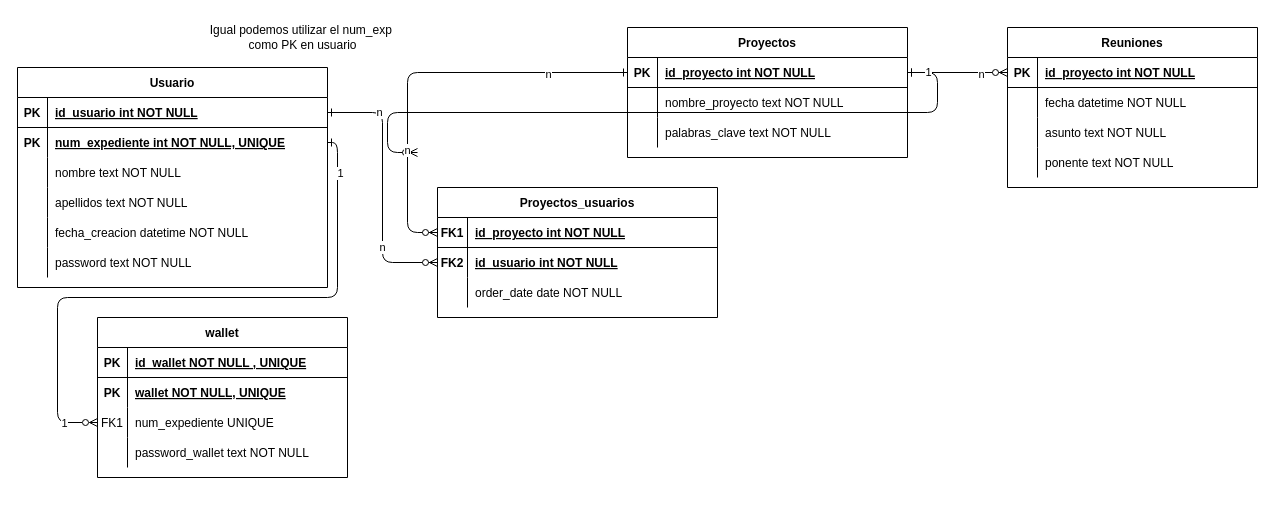
Above: sql/BBDD_webproyectfinal.drawio in AlvaroFarreny/WebFinalProject (draw.io), before the change. Source tidied: cells renumbered, new cells numbered last; positions are measured from the earlier drawing's top-left corner, leaving out a move shared by most shapes. Both pictures are drawn from the tidied source at 100%, with x=0, y=0 at pixel (17, 17).
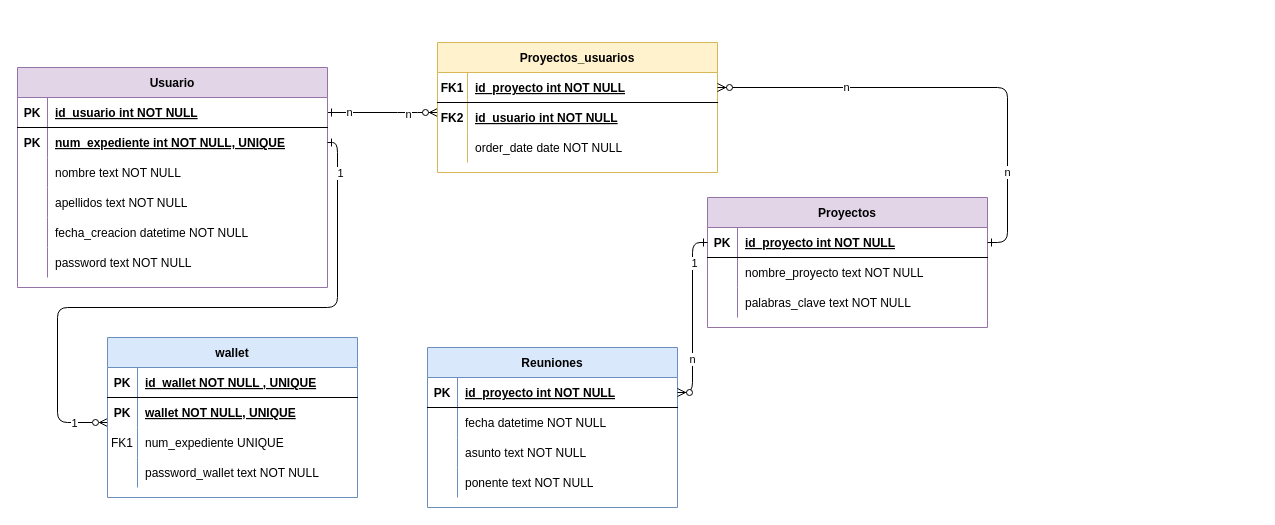
The same diagram, later.

Commit message (it also covers changes not shown here):
diagrama bbdd nuevos

The change refers to these unchanged cells:
```xml
<mxCell id="7" style="shape=partialRectangle;fillColor=none;points=[[0,0.5],[1,0.5]];portConstraint=eastwest;top=0;left=0;right=0;bottom=1;" parent="6" vertex="1">
  <mxGeometry y="30" width="280" height="30" as="geometry" />
</mxCell>
<mxCell id="10" style="shape=partialRectangle;fillColor=none;points=[[0,0.5],[1,0.5]];portConstraint=eastwest;top=0;left=0;right=0;bottom=0;" parent="6" vertex="1">
  <mxGeometry y="60" width="280" height="30" as="geometry" />
</mxCell>
<mxCell id="30" style="shape=partialRectangle;fillColor=none;points=[[0,0.5],[1,0.5]];portConstraint=eastwest;top=0;left=0;right=0;bottom=1;" parent="29" vertex="1">
  <mxGeometry y="30" width="310" height="30" as="geometry" />
</mxCell>
<mxCell id="33" style="shape=partialRectangle;fillColor=none;points=[[0,0.5],[1,0.5]];portConstraint=eastwest;top=0;left=0;right=0;bottom=0;" parent="29" vertex="1">
  <mxGeometry y="60" width="310" height="30" as="geometry" />
</mxCell>
<mxCell id="55" style="shape=partialRectangle;fillColor=none;points=[[0,0.5],[1,0.5]];portConstraint=eastwest;top=0;left=0;right=0;bottom=0;" parent="51" vertex="1">
  <mxGeometry y="60" width="250" height="30" as="geometry" />
</mxCell>
<mxCell id="58" style="shape=partialRectangle;fillColor=none;points=[[0,0.5],[1,0.5]];portConstraint=eastwest;top=0;left=0;right=0;bottom=0;" parent="51" vertex="1">
  <mxGeometry y="90" width="250" height="30" as="geometry" />
</mxCell>
<mxCell id="66" style="shape=partialRectangle;fillColor=none;points=[[0,0.5],[1,0.5]];portConstraint=eastwest;top=0;left=0;right=0;bottom=1;" parent="65" vertex="1">
  <mxGeometry y="30" width="280" height="30" as="geometry" />
</mxCell>
```

What changed in the source:
```diff
@@
     <mxCell id="2" style="edgeStyle=orthogonalEdgeStyle;endArrow=ERzeroToMany;startArrow=ERone;endFill=1;startFill=0;" parent="1" edge="1" source="30" target="10">
-      <mxGeometry relative="1" as="geometry" />
+      <mxGeometry relative="1" as="geometry">
+        <Array as="points">
+          <mxPoint x="390" y="95" />
+          <mxPoint x="390" y="95" />
+        </Array>
+      </mxGeometry>
     </mxCell>
@@
-    <mxCell id="5" style="edgeStyle=entityRelationEdgeStyle;endArrow=ERzeroToMany;startArrow=ERone;endFill=1;startFill=0;" parent="1" edge="1" source="66">
-      <mxGeometry relative="1" as="geometry">
-        <mxPoint x="400" y="135" as="targetPoint" />
-      </mxGeometry>
-    </mxCell>
-    <mxCell id="6" value="Proyectos_usuarios" style="shape=table;startSize=30;childLayout=tableLayout;rowLines=0;fontStyle=1;align=center;" parent="1" vertex="1">
-      <mxGeometry x="420" y="170" width="280" height="130" as="geometry" />
+    <mxCell id="6" value="Proyectos_usuarios" style="shape=table;startSize=30;childLayout=tableLayout;rowLines=0;fontStyle=1;align=center;fillColor=#fff2cc;strokeColor=#d6b656;" parent="1" vertex="1">
+      <mxGeometry x="420" y="25" width="280" height="130" as="geometry" />
     </mxCell>
@@
-    <mxCell id="16" value="Reuniones" style="shape=table;startSize=30;childLayout=tableLayout;rowLines=0;fontStyle=1;align=center;" parent="1" vertex="1">
-      <mxGeometry x="990" y="10" width="250" height="160" as="geometry" />
+    <mxCell id="16" value="Reuniones" style="shape=table;startSize=30;childLayout=tableLayout;rowLines=0;fontStyle=1;align=center;fillColor=#dae8fc;strokeColor=#6c8ebf;" parent="1" vertex="1">
+      <mxGeometry x="410" y="330" width="250" height="160" as="geometry" />
     </mxCell>
@@
-    <mxCell id="29" value="Usuario" style="shape=table;startSize=30;childLayout=tableLayout;rowLines=0;fontStyle=1;align=center;" parent="1" vertex="1">
+    <mxCell id="29" value="Usuario" style="shape=table;startSize=30;childLayout=tableLayout;rowLines=0;fontStyle=1;align=center;fillColor=#e1d5e7;strokeColor=#9673a6;" parent="1" vertex="1">
       <mxGeometry y="50" width="310" height="220" as="geometry" />
     </mxCell>
@@
-    <mxCell id="48" style="endArrow=ERzeroToMany;startArrow=ERone;endFill=0;startFill=0;verticalAlign=middle;edgeStyle=orthogonalEdgeStyle;" parent="1" edge="1" source="33" target="58">
+    <mxCell id="48" style="endArrow=ERzeroToMany;startArrow=ERone;endFill=0;startFill=0;verticalAlign=middle;edgeStyle=orthogonalEdgeStyle;" parent="1" edge="1" source="33" target="55">
       <mxGeometry relative="1" as="geometry">
         <Array as="points">
           <mxPoint x="320" y="125" />
-          <mxPoint x="320" y="280" />
-          <mxPoint x="40" y="280" />
+          <mxPoint x="320" y="290" />
+          <mxPoint x="40" y="290" />
           <mxPoint x="40" y="405" />
         </Array>
       </mxGeometry>
     </mxCell>
@@
-    <mxCell id="51" value="wallet" style="shape=table;startSize=30;childLayout=tableLayout;rowLines=0;fontStyle=1;align=center;" parent="1" vertex="1">
-      <mxGeometry x="80" y="300" width="250" height="160" as="geometry" />
+    <mxCell id="51" value="wallet" style="shape=table;startSize=30;childLayout=tableLayout;rowLines=0;fontStyle=1;align=center;fillColor=#dae8fc;strokeColor=#6c8ebf;" parent="1" vertex="1">
+      <mxGeometry x="90" y="320" width="250" height="160" as="geometry" />
     </mxCell>
@@
-    <mxCell id="64" value="Igual podemos utilizar el num_exp&amp;nbsp;&lt;br&gt;como PK en usuario" style="text;html=1;align=center;verticalAlign=middle;strokeColor=none;fillColor=none;" parent="1" vertex="1">
-      <mxGeometry x="180" width="210" height="40" as="geometry" />
-    </mxCell>
-    <mxCell id="65" value="Proyectos" style="shape=table;startSize=30;childLayout=tableLayout;rowLines=0;fontStyle=1;align=center;" parent="1" vertex="1">
-      <mxGeometry x="610" y="10" width="280" height="130" as="geometry" />
+    <mxCell id="65" value="Proyectos" style="shape=table;startSize=30;childLayout=tableLayout;rowLines=0;fontStyle=1;align=center;fillColor=#e1d5e7;strokeColor=#9673a6;" parent="1" vertex="1">
+      <mxGeometry x="690" y="180" width="280" height="130" as="geometry" />
     </mxCell>
@@
     <mxCell id="75" style="edgeStyle=orthogonalEdgeStyle;endArrow=ERzeroToMany;startArrow=ERone;endFill=1;startFill=0;" parent="1" edge="1" source="66" target="7">
       <mxGeometry relative="1" as="geometry">
         <Array as="points">
-          <mxPoint x="390" y="55" />
-          <mxPoint x="390" y="215" />
+          <mxPoint x="990" y="225" />
+          <mxPoint x="990" y="70" />
         </Array>
       </mxGeometry>
     </mxCell>
```
